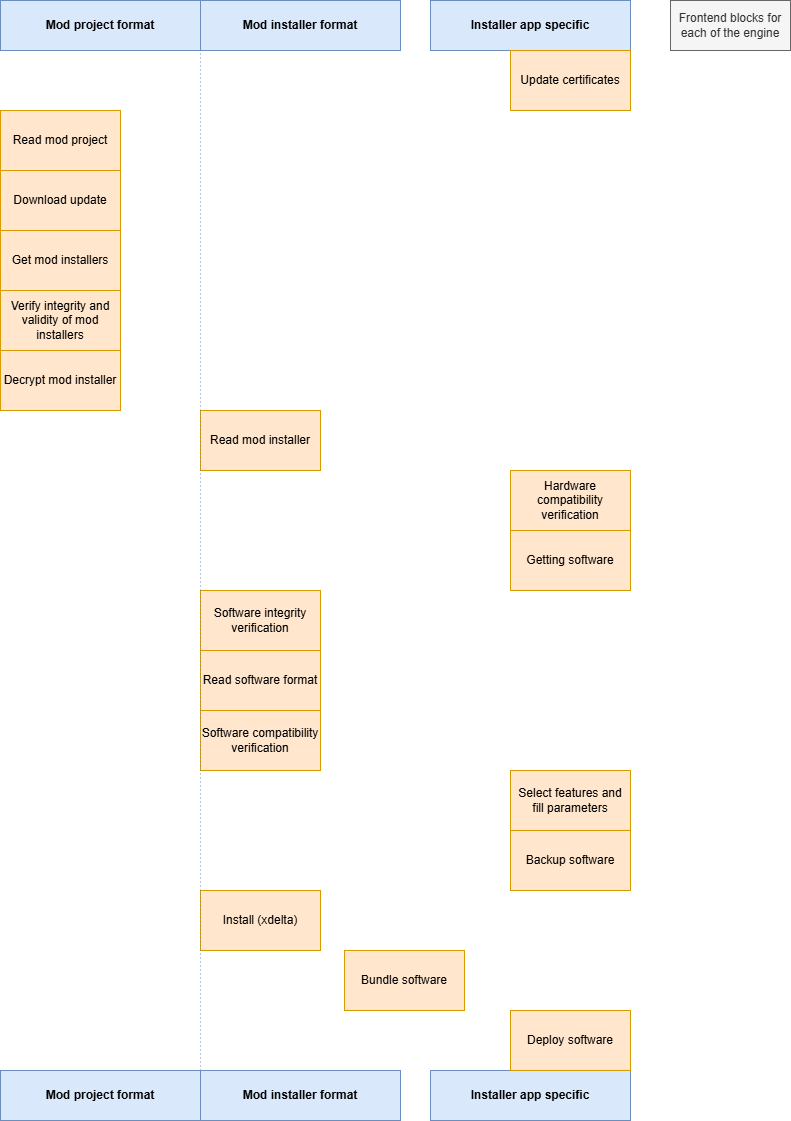
pleonex/game-patcher keeps this draw.io diagram as docs/articles/installer/resources/design_installer_flow-blocks.drawio.png. Above is the earlier version. Source tidied: cells renumbered, new cells last; positions are measured from the earlier drawing's top-left corner, leaving out a move shared by most shapes.
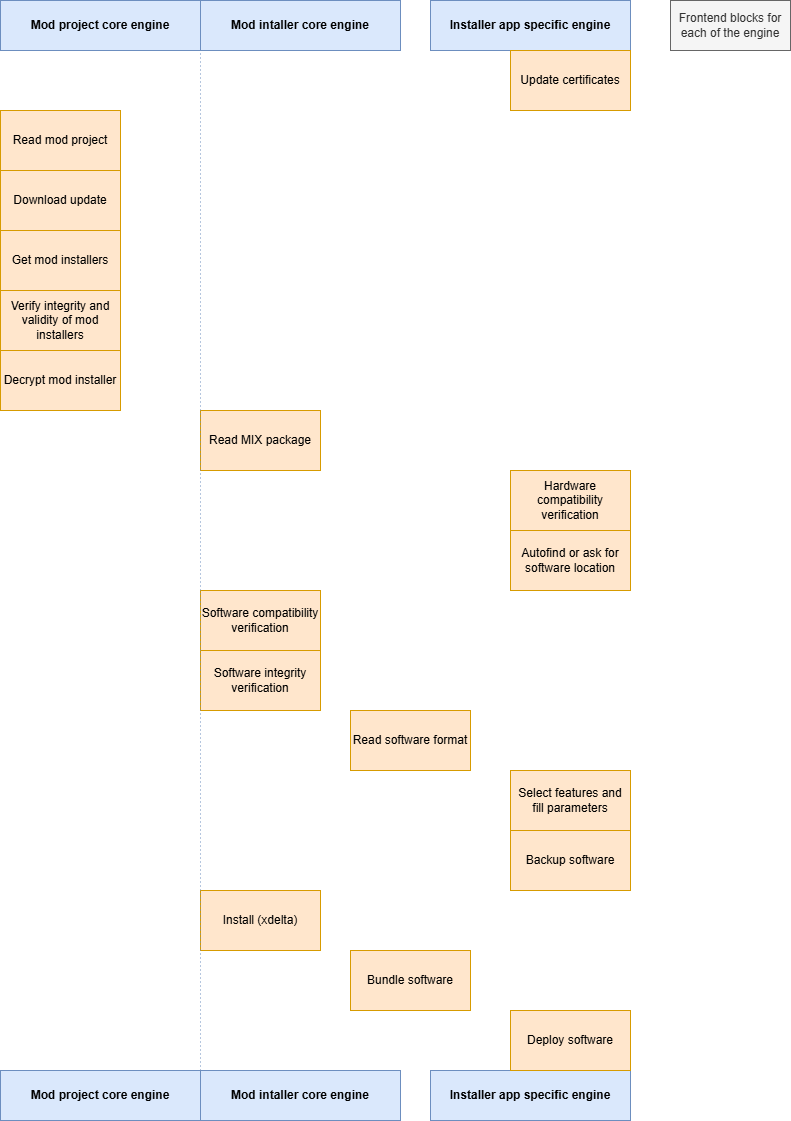
After the change.

Diff of the diagram source:
```diff
@@ -2,23 +2,23 @@
   <root>
     <mxCell id="0" />
     <mxCell id="1" parent="0" />
-    <mxCell id="2" value="Mod installer format" style="rounded=0;whiteSpace=wrap;html=1;fontStyle=1;fillColor=#dae8fc;strokeColor=#6c8ebf;" parent="1" vertex="1">
+    <mxCell id="2" value="Mod intaller core engine" style="rounded=0;whiteSpace=wrap;html=1;fontStyle=1;fillColor=#dae8fc;strokeColor=#6c8ebf;" parent="1" vertex="1">
       <mxGeometry x="200" y="1070" width="200" height="50" as="geometry" />
     </mxCell>
     <mxCell id="3" value="Read software format" style="rounded=0;whiteSpace=wrap;html=1;fillColor=#ffe6cc;strokeColor=#d79b00;" parent="1" vertex="1">
-      <mxGeometry x="200" y="650" width="120" height="60" as="geometry" />
+      <mxGeometry x="350" y="710" width="120" height="60" as="geometry" />
     </mxCell>
     <mxCell id="4" value="Software compatibility verification" style="rounded=0;whiteSpace=wrap;html=1;fillColor=#ffe6cc;strokeColor=#d79b00;" parent="1" vertex="1">
-      <mxGeometry x="200" y="710" width="120" height="60" as="geometry" />
+      <mxGeometry x="200" y="590" width="120" height="60" as="geometry" />
     </mxCell>
     <mxCell id="5" value="Install (xdelta)" style="rounded=0;whiteSpace=wrap;html=1;fillColor=#ffe6cc;strokeColor=#d79b00;" parent="1" vertex="1">
       <mxGeometry x="200" y="890" width="120" height="60" as="geometry" />
     </mxCell>
-    <mxCell id="6" value="Installer app specific" style="rounded=0;whiteSpace=wrap;html=1;fontStyle=1;fillColor=#dae8fc;strokeColor=#6c8ebf;" parent="1" vertex="1">
+    <mxCell id="6" value="Installer app specific engine" style="rounded=0;whiteSpace=wrap;html=1;fontStyle=1;fillColor=#dae8fc;strokeColor=#6c8ebf;" parent="1" vertex="1">
       <mxGeometry x="430" y="1070" width="200" height="50" as="geometry" />
     </mxCell>
     <mxCell id="7" value="Bundle software" style="rounded=0;whiteSpace=wrap;html=1;fillColor=#ffe6cc;strokeColor=#d79b00;" parent="1" vertex="1">
-      <mxGeometry x="344" y="950" width="120" height="60" as="geometry" />
+      <mxGeometry x="350" y="950" width="120" height="60" as="geometry" />
     </mxCell>
     <mxCell id="8" value="Deploy software" style="rounded=0;whiteSpace=wrap;html=1;fillColor=#ffe6cc;strokeColor=#d79b00;" parent="1" vertex="1">
       <mxGeometry x="510" y="1010" width="120" height="60" as="geometry" />
@@ -26,34 +26,34 @@
     <mxCell id="9" value="Hardware compatibility verification" style="rounded=0;whiteSpace=wrap;html=1;fillColor=#ffe6cc;strokeColor=#d79b00;" parent="1" vertex="1">
       <mxGeometry x="510" y="470" width="120" height="60" as="geometry" />
     </mxCell>
-    <mxCell id="10" value="Getting software" style="rounded=0;whiteSpace=wrap;html=1;fillColor=#ffe6cc;strokeColor=#d79b00;" parent="1" vertex="1">
+    <mxCell id="10" value="Autofind or ask for software location" style="rounded=0;whiteSpace=wrap;html=1;fillColor=#ffe6cc;strokeColor=#d79b00;" parent="1" vertex="1">
       <mxGeometry x="510" y="530" width="120" height="60" as="geometry" />
     </mxCell>
     <mxCell id="11" value="Software integrity verification" style="rounded=0;whiteSpace=wrap;html=1;fillColor=#ffe6cc;strokeColor=#d79b00;" parent="1" vertex="1">
-      <mxGeometry x="200" y="590" width="120" height="60" as="geometry" />
+      <mxGeometry x="200" y="650" width="120" height="60" as="geometry" />
     </mxCell>
     <mxCell id="12" value="Frontend blocks for each of the engine" style="rounded=0;whiteSpace=wrap;html=1;fillColor=#f5f5f5;fontColor=#333333;strokeColor=#666666;" parent="1" vertex="1">
       <mxGeometry x="670" width="120" height="50" as="geometry" />
     </mxCell>
-    <mxCell id="13" value="Read mod installer" style="rounded=0;whiteSpace=wrap;html=1;fillColor=#ffe6cc;strokeColor=#d79b00;" parent="1" vertex="1">
+    <mxCell id="13" value="Read MIX package" style="rounded=0;whiteSpace=wrap;html=1;fillColor=#ffe6cc;strokeColor=#d79b00;" parent="1" vertex="1">
       <mxGeometry x="200" y="410" width="120" height="60" as="geometry" />
     </mxCell>
     <mxCell id="14" value="Backup software" style="rounded=0;whiteSpace=wrap;html=1;fillColor=#ffe6cc;strokeColor=#d79b00;" parent="1" vertex="1">
       <mxGeometry x="510" y="830" width="120" height="60" as="geometry" />
     </mxCell>
-    <mxCell id="15" value="Mod project format" style="rounded=0;whiteSpace=wrap;html=1;fontStyle=1;fillColor=#dae8fc;strokeColor=#6c8ebf;" parent="1" vertex="1">
+    <mxCell id="15" value="Mod project core engine" style="rounded=0;whiteSpace=wrap;html=1;fontStyle=1;fillColor=#dae8fc;strokeColor=#6c8ebf;" parent="1" vertex="1">
       <mxGeometry y="1070" width="200" height="50" as="geometry" />
     </mxCell>
     <mxCell id="16" style="endArrow=none;dashed=1;html=1;dashPattern=1 3;strokeWidth=1;rounded=0;exitX=1;exitY=0;exitDx=0;exitDy=0;fillColor=#dae8fc;strokeColor=#6c8ebf;entryX=1;entryY=1;entryDx=0;entryDy=0;" parent="1" edge="1" source="15" target="19">
       <mxGeometry relative="1" as="geometry" />
     </mxCell>
-    <mxCell id="17" value="Mod installer format" style="rounded=0;whiteSpace=wrap;html=1;fontStyle=1;fillColor=#dae8fc;strokeColor=#6c8ebf;" parent="1" vertex="1">
+    <mxCell id="17" value="Mod intaller core engine" style="rounded=0;whiteSpace=wrap;html=1;fontStyle=1;fillColor=#dae8fc;strokeColor=#6c8ebf;" parent="1" vertex="1">
       <mxGeometry x="200" width="200" height="50" as="geometry" />
     </mxCell>
-    <mxCell id="18" value="Installer app specific" style="rounded=0;whiteSpace=wrap;html=1;fontStyle=1;fillColor=#dae8fc;strokeColor=#6c8ebf;" parent="1" vertex="1">
+    <mxCell id="18" value="Installer app specific engine" style="rounded=0;whiteSpace=wrap;html=1;fontStyle=1;fillColor=#dae8fc;strokeColor=#6c8ebf;" parent="1" vertex="1">
       <mxGeometry x="430" width="200" height="50" as="geometry" />
     </mxCell>
-    <mxCell id="19" value="Mod project format" style="rounded=0;whiteSpace=wrap;html=1;fontStyle=1;fillColor=#dae8fc;strokeColor=#6c8ebf;" parent="1" vertex="1">
+    <mxCell id="19" value="Mod project core engine" style="rounded=0;whiteSpace=wrap;html=1;fontStyle=1;fillColor=#dae8fc;strokeColor=#6c8ebf;" parent="1" vertex="1">
       <mxGeometry width="200" height="50" as="geometry" />
     </mxCell>
     <mxCell id="20" value="Read mod project" style="rounded=0;whiteSpace=wrap;html=1;fillColor=#ffe6cc;strokeColor=#d79b00;" parent="1" vertex="1">
```
